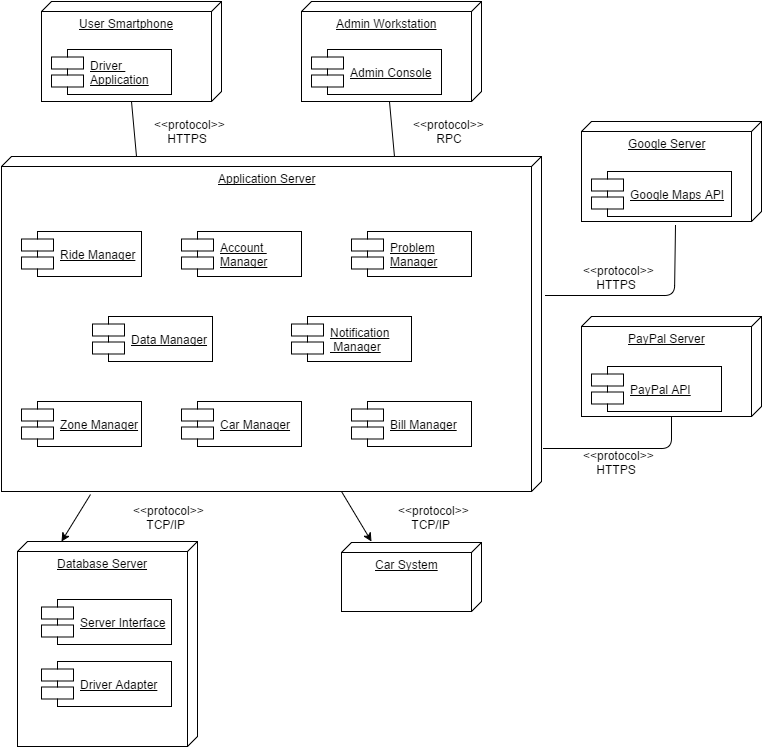
The draw.io diagram Workspace/DD/Resources/DeploymentDiagram.png in FrancescoZ/PowerEnJoy, before a commit. Source tidied: cells renumbered, new cells last; positions are measured from the earlier drawing's top-left corner, leaving out a move shared by most shapes.
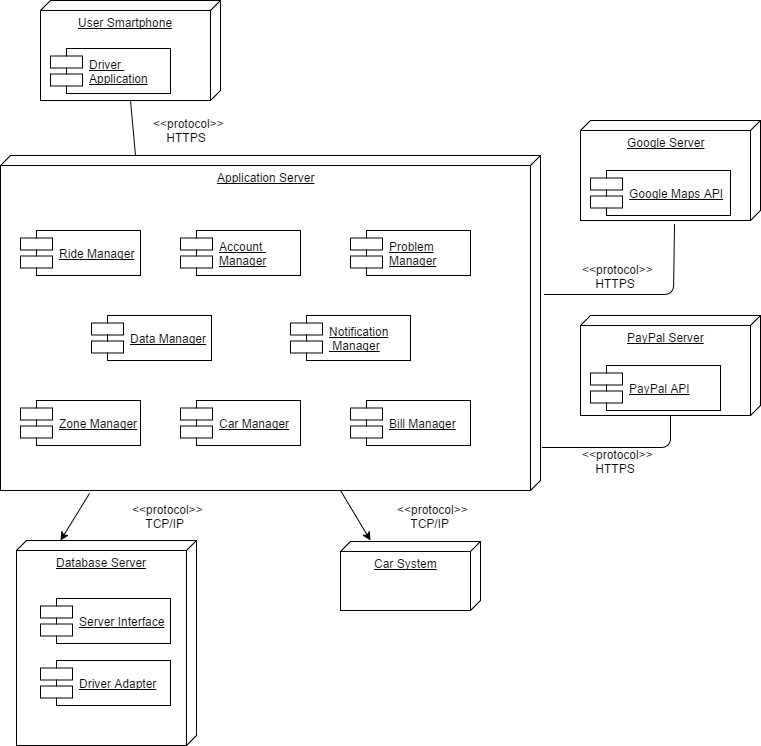
Above is the later version.

Commit message:
Minor Fix of Deployment Diagram

Diff of the diagram source:
```diff
@@ -8,12 +8,6 @@
     <mxCell id="3" value="&lt;u&gt;Driver &lt;br&gt;Application&lt;/u&gt;" style="shape=component;align=left;spacingLeft=36;rounded=0;shadow=0;labelBackgroundColor=none;strokeColor=#000000;strokeWidth=1;fillColor=none;gradientColor=#ffffff;fontSize=12;fontColor=none;html=1;" parent="1" vertex="1">
       <mxGeometry x="50" y="48" width="120" height="45" as="geometry" />
     </mxCell>
-    <mxCell id="4" value="&lt;div style=&quot;text-align: right&quot;&gt;&lt;span&gt;Admin Workstation&lt;/span&gt;&lt;/div&gt;" style="verticalAlign=top;align=center;spacingTop=8;spacingLeft=2;spacingRight=12;shape=cube;size=10;direction=south;fontStyle=4;html=1;rounded=0;shadow=0;labelBackgroundColor=none;strokeColor=#000000;strokeWidth=1;fillColor=none;gradientColor=#ffffff;fontSize=12;fontColor=none;" parent="1" vertex="1">
-      <mxGeometry x="300" width="180" height="100" as="geometry" />
-    </mxCell>
-    <mxCell id="5" value="&lt;u&gt;Admin Console&lt;/u&gt;" style="shape=component;align=left;spacingLeft=36;rounded=0;shadow=0;labelBackgroundColor=none;strokeColor=#000000;strokeWidth=1;fillColor=none;gradientColor=#ffffff;fontSize=12;fontColor=none;html=1;" parent="1" vertex="1">
-      <mxGeometry x="310" y="48" width="130" height="45" as="geometry" />
-    </mxCell>
     <mxCell id="6" value="&lt;div style=&quot;text-align: right&quot;&gt;&lt;span&gt;Google Server&lt;/span&gt;&lt;/div&gt;" style="verticalAlign=top;align=center;spacingTop=8;spacingLeft=2;spacingRight=12;shape=cube;size=10;direction=south;fontStyle=4;html=1;rounded=0;shadow=0;labelBackgroundColor=none;strokeColor=#000000;strokeWidth=1;fillColor=none;gradientColor=#ffffff;fontSize=12;fontColor=none;" parent="1" vertex="1">
       <mxGeometry x="580" y="120" width="180" height="100" as="geometry" />
     </mxCell>
@@ -53,15 +47,6 @@
     <mxCell id="18" value="&amp;lt;&amp;lt;protocol&amp;gt;&amp;gt;&lt;div&gt;&amp;nbsp; &amp;nbsp; HTTPS&lt;/div&gt;" style="text;html=1;align=left;verticalAlign=top;spacingTop=-4;fontSize=12;fontColor=none;" parent="1" vertex="1">
       <mxGeometry x="151" y="114" width="90" height="30" as="geometry" />
     </mxCell>
-    <mxCell id="19" value="&amp;lt;&amp;lt;protocol&amp;gt;&amp;gt;&lt;div&gt;&amp;nbsp; &amp;nbsp; &amp;nbsp; &amp;nbsp;RPC&lt;/div&gt;" style="text;html=1;align=left;verticalAlign=top;spacingTop=-4;fontSize=12;fontColor=none;" parent="1" vertex="1">
-      <mxGeometry x="410" y="114" width="90" height="30" as="geometry" />
-    </mxCell>
-    <mxCell id="20" style="html=1;verticalAlign=bottom;endArrow=none;strokeColor=#000000;fontSize=12;fontColor=none;entryX=1;entryY=0.5;exitX=0;exitY=0.75;endFill=0;" parent="1" edge="1">
-      <mxGeometry x="438" y="130.3" as="geometry">
-        <mxPoint x="393" y="155.3" as="sourcePoint" />
-        <mxPoint x="388" y="100.3" as="targetPoint" />
-      </mxGeometry>
-    </mxCell>
     <mxCell id="21" value="&amp;lt;&amp;lt;protocol&amp;gt;&amp;gt;&lt;div&gt;&amp;nbsp; &amp;nbsp; HTTPS&lt;/div&gt;" style="text;html=1;align=left;verticalAlign=top;spacingTop=-4;fontSize=12;fontColor=none;" parent="1" vertex="1">
       <mxGeometry x="580" y="260" width="90" height="30" as="geometry" />
     </mxCell>
```
